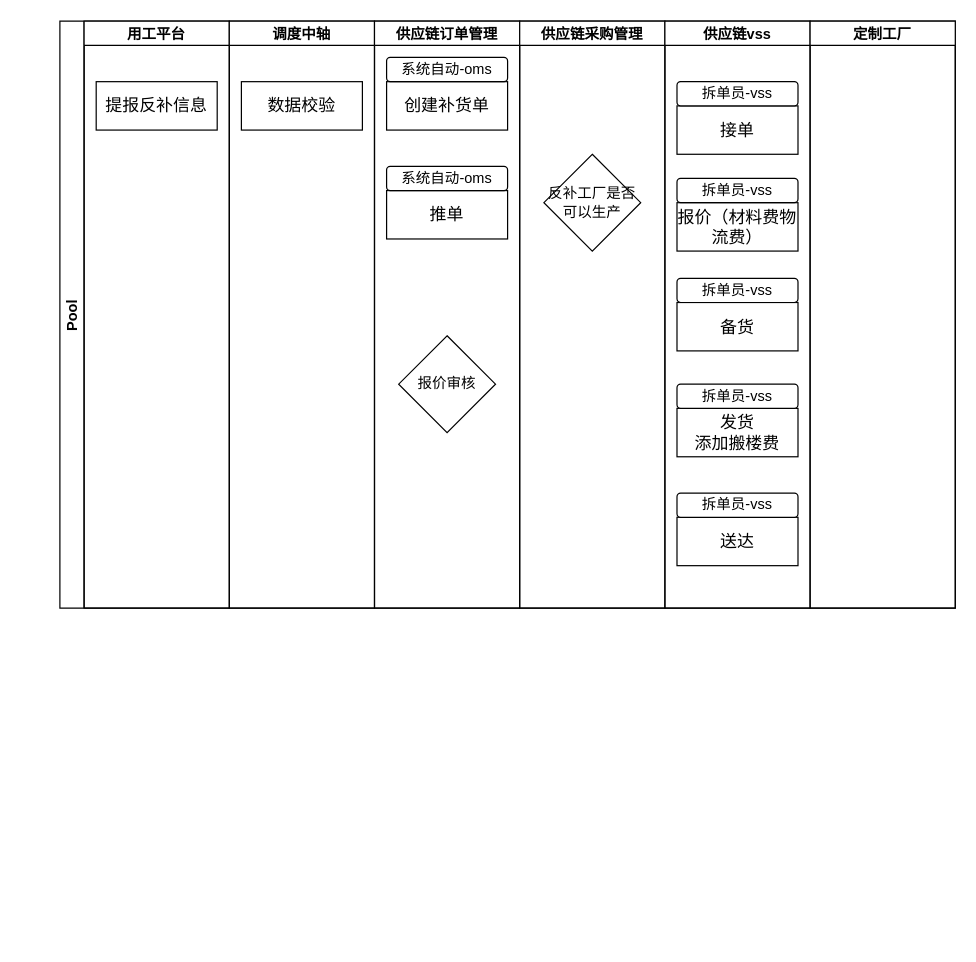
This is 定制履约逆向.drawio from jiangtao2048/diagrams, a draw.io file, before an edit. Source tidied: cells renumbered, new cells numbered last; positions are measured from the earlier drawing's top-left corner, leaving out a move shared by most shapes. Both pictures are drawn from the tidied source at 121%, with x=0, y=0 at pixel (59, 21).
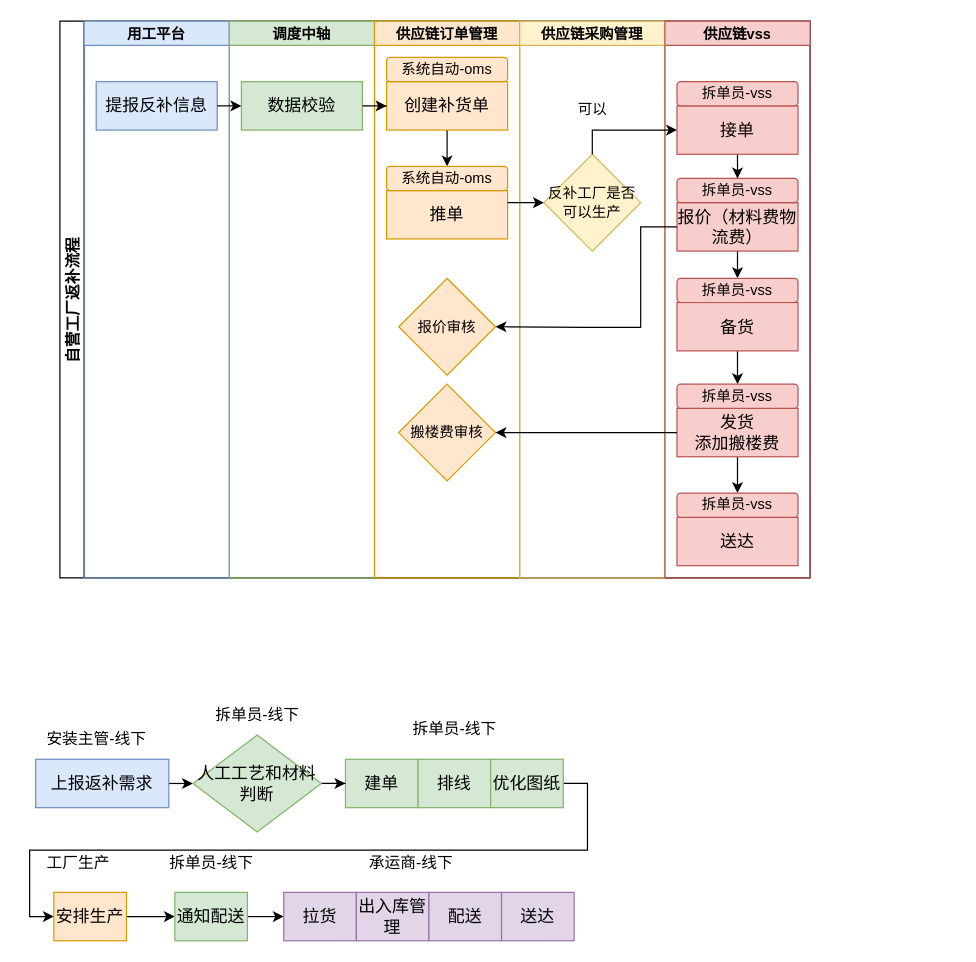
The same page after the edit.

Commit message:
更新定制履约逆向.drawio

The edit, as a diff of the source:
```diff
@@
-    <mxCell id="2" value="Pool" style="swimlane;startSize=20;horizontal=0;" parent="1" vertex="1">
-      <mxGeometry width="740" height="485" as="geometry" />
+    <mxCell id="2" value="自营工厂返补流程" style="swimlane;startSize=20;horizontal=0;fontSize=13;" parent="1" vertex="1">
+      <mxGeometry width="620" height="460" as="geometry" />
     </mxCell>
-    <mxCell id="3" value="用工平台" style="swimlane;startSize=20;" parent="2" vertex="1">
-      <mxGeometry x="20" width="120" height="485" as="geometry" />
+    <mxCell id="3" value="用工平台" style="swimlane;startSize=20;fillColor=#dae8fc;strokeColor=#6c8ebf;" parent="2" vertex="1">
+      <mxGeometry x="20" width="120" height="460" as="geometry" />
     </mxCell>
-    <mxCell id="4" value="&lt;font style=&quot;font-size: 14px;&quot;&gt;提报反补信息&lt;/font&gt;" style="rounded=0;whiteSpace=wrap;html=1;" parent="3" vertex="1">
+    <mxCell id="4" value="&lt;font style=&quot;font-size: 14px;&quot;&gt;提报反补信息&lt;/font&gt;" style="rounded=0;whiteSpace=wrap;html=1;fillColor=#dae8fc;strokeColor=#6c8ebf;" parent="3" vertex="1">
       <mxGeometry x="10" y="50" width="100" height="40" as="geometry" />
     </mxCell>
-    <mxCell id="5" value="调度中轴" style="swimlane;startSize=20;" parent="2" vertex="1">
-      <mxGeometry x="140" width="120" height="485" as="geometry" />
+    <mxCell id="5" value="调度中轴" style="swimlane;startSize=20;fillColor=#d5e8d4;strokeColor=#82b366;" parent="2" vertex="1">
+      <mxGeometry x="140" width="120" height="460" as="geometry" />
     </mxCell>
-    <mxCell id="6" value="&lt;span style=&quot;font-size: 14px;&quot;&gt;数据校验&lt;/span&gt;" style="rounded=0;whiteSpace=wrap;html=1;" parent="5" vertex="1">
+    <mxCell id="6" value="&lt;span style=&quot;font-size: 14px;&quot;&gt;数据校验&lt;/span&gt;" style="rounded=0;whiteSpace=wrap;html=1;fillColor=#d5e8d4;strokeColor=#82b366;" parent="5" vertex="1">
       <mxGeometry x="10" y="50" width="100" height="40" as="geometry" />
     </mxCell>
-    <mxCell id="7" value="供应链订单管理" style="swimlane;startSize=20;" parent="2" vertex="1">
-      <mxGeometry x="260" width="120" height="485" as="geometry" />
+    <mxCell id="7" value="供应链订单管理" style="swimlane;startSize=20;fillColor=#ffe6cc;strokeColor=#d79b00;" parent="2" vertex="1">
+      <mxGeometry x="260" width="120" height="460" as="geometry" />
     </mxCell>
+    <mxCell id="27" style="edgeStyle=orthogonalEdgeStyle;rounded=0;jettySize=auto;html=1;exitX=0.5;exitY=1;exitDx=0;exitDy=0;entryX=0.5;entryY=0;entryDx=0;entryDy=0;" parent="7" edge="1" source="8" target="10">
+      <mxGeometry relative="1" as="geometry" />
+    </mxCell>
-    <mxCell id="8" value="&lt;span style=&quot;font-size: 14px;&quot;&gt;创建补货单&lt;/span&gt;" style="rounded=0;whiteSpace=wrap;html=1;" parent="7" vertex="1">
+    <mxCell id="8" value="&lt;span style=&quot;font-size: 14px;&quot;&gt;创建补货单&lt;/span&gt;" style="rounded=0;whiteSpace=wrap;html=1;fillColor=#ffe6cc;strokeColor=#d79b00;" parent="7" vertex="1">
       <mxGeometry x="10" y="50" width="100" height="40" as="geometry" />
     </mxCell>
-    <mxCell id="9" value="&lt;span style=&quot;font-size: 14px;&quot;&gt;推单&lt;/span&gt;" style="rounded=0;whiteSpace=wrap;html=1;" parent="7" vertex="1">
+    <mxCell id="9" value="&lt;span style=&quot;font-size: 14px;&quot;&gt;推单&lt;/span&gt;" style="rounded=0;whiteSpace=wrap;html=1;fillColor=#ffe6cc;strokeColor=#d79b00;" parent="7" vertex="1">
       <mxGeometry x="10" y="140" width="100" height="40" as="geometry" />
     </mxCell>
-    <mxCell id="10" value="系统自动-oms" style="rounded=1;whiteSpace=wrap;html=1;" parent="7" vertex="1">
+    <mxCell id="10" value="系统自动-oms" style="rounded=1;whiteSpace=wrap;html=1;fillColor=#ffe6cc;strokeColor=#d79b00;" parent="7" vertex="1">
       <mxGeometry x="10" y="120" width="100" height="20" as="geometry" />
     </mxCell>
-    <mxCell id="11" value="系统自动-oms" style="rounded=1;whiteSpace=wrap;html=1;glass=0;" parent="7" vertex="1">
+    <mxCell id="11" value="系统自动-oms" style="rounded=1;whiteSpace=wrap;html=1;glass=0;fillColor=#ffe6cc;strokeColor=#d79b00;" parent="7" vertex="1">
       <mxGeometry x="10" y="30" width="100" height="20" as="geometry" />
     </mxCell>
-    <mxCell id="12" value="报价审核" style="rhombus;whiteSpace=wrap;html=1;" parent="7" vertex="1">
-      <mxGeometry x="20" y="260" width="80" height="80" as="geometry" />
+    <mxCell id="12" value="报价审核" style="rhombus;whiteSpace=wrap;html=1;fillColor=#ffe6cc;strokeColor=#d79b00;" parent="7" vertex="1">
+      <mxGeometry x="20" y="212.5" width="80" height="80" as="geometry" />
     </mxCell>
+    <mxCell id="28" value="搬楼费审核" style="rhombus;whiteSpace=wrap;html=1;fillColor=#ffe6cc;strokeColor=#d79b00;" parent="7" vertex="1">
+      <mxGeometry x="20" y="300" width="80" height="80" as="geometry" />
+    </mxCell>
-    <mxCell id="13" value="供应链采购管理" style="swimlane;startSize=20;" parent="2" vertex="1">
-      <mxGeometry x="380" width="120" height="485" as="geometry" />
+    <mxCell id="13" value="供应链采购管理" style="swimlane;startSize=20;fillColor=#fff2cc;strokeColor=#d6b656;" parent="2" vertex="1">
+      <mxGeometry x="380" width="120" height="460" as="geometry" />
     </mxCell>
-    <mxCell id="14" value="反补工厂是否可以生产" style="rhombus;whiteSpace=wrap;html=1;" parent="13" vertex="1">
+    <mxCell id="14" value="反补工厂是否可以生产" style="rhombus;whiteSpace=wrap;html=1;fillColor=#fff2cc;strokeColor=#d6b656;" parent="13" vertex="1">
       <mxGeometry x="20" y="110" width="80" height="80" as="geometry" />
     </mxCell>
-    <mxCell id="15" value="供应链vss" style="swimlane;startSize=20;" parent="2" vertex="1">
-      <mxGeometry x="500" width="120" height="485" as="geometry" />
+    <mxCell id="15" value="供应链vss" style="swimlane;startSize=20;fillColor=#f8cecc;strokeColor=#b85450;" parent="2" vertex="1">
+      <mxGeometry x="500" width="120" height="460" as="geometry" />
     </mxCell>
+    <mxCell id="29" style="edgeStyle=orthogonalEdgeStyle;rounded=0;jettySize=auto;html=1;exitX=0.5;exitY=1;exitDx=0;exitDy=0;" parent="15" edge="1" source="16" target="19">
+      <mxGeometry relative="1" as="geometry" />
+    </mxCell>
-    <mxCell id="16" value="&lt;span style=&quot;font-size: 14px;&quot;&gt;接单&lt;/span&gt;" style="rounded=0;whiteSpace=wrap;html=1;" parent="15" vertex="1">
+    <mxCell id="16" value="&lt;span style=&quot;font-size: 14px;&quot;&gt;接单&lt;/span&gt;" style="rounded=0;whiteSpace=wrap;html=1;fillColor=#f8cecc;strokeColor=#b85450;" parent="15" vertex="1">
       <mxGeometry x="10" y="70" width="100" height="40" as="geometry" />
     </mxCell>
-    <mxCell id="17" value="拆单员-vss" style="rounded=1;whiteSpace=wrap;html=1;" parent="15" vertex="1">
+    <mxCell id="17" value="拆单员-vss" style="rounded=1;whiteSpace=wrap;html=1;fillColor=#f8cecc;strokeColor=#b85450;" parent="15" vertex="1">
       <mxGeometry x="10" y="50" width="100" height="20" as="geometry" />
     </mxCell>
+    <mxCell id="30" style="edgeStyle=orthogonalEdgeStyle;rounded=0;jettySize=auto;html=1;exitX=0.5;exitY=1;exitDx=0;exitDy=0;" parent="15" edge="1" source="18" target="21">
+      <mxGeometry relative="1" as="geometry" />
+    </mxCell>
-    <mxCell id="18" value="&lt;span style=&quot;font-size: 14px;&quot;&gt;报价（材料费物流费）&lt;/span&gt;" style="rounded=0;whiteSpace=wrap;html=1;" parent="15" vertex="1">
+    <mxCell id="18" value="&lt;span style=&quot;font-size: 14px;&quot;&gt;报价（材料费物流费）&lt;/span&gt;" style="rounded=0;whiteSpace=wrap;html=1;fillColor=#f8cecc;strokeColor=#b85450;" parent="15" vertex="1">
       <mxGeometry x="10" y="150" width="100" height="40" as="geometry" />
     </mxCell>
-    <mxCell id="19" value="拆单员-vss" style="rounded=1;whiteSpace=wrap;html=1;" parent="15" vertex="1">
+    <mxCell id="19" value="拆单员-vss" style="rounded=1;whiteSpace=wrap;html=1;fillColor=#f8cecc;strokeColor=#b85450;" parent="15" vertex="1">
       <mxGeometry x="10" y="130" width="100" height="20" as="geometry" />
     </mxCell>
+    <mxCell id="31" style="edgeStyle=orthogonalEdgeStyle;rounded=0;jettySize=auto;html=1;exitX=0.5;exitY=1;exitDx=0;exitDy=0;" parent="15" edge="1" source="20" target="23">
+      <mxGeometry relative="1" as="geometry" />
+    </mxCell>
-    <mxCell id="20" value="&lt;span style=&quot;font-size: 14px;&quot;&gt;备货&lt;/span&gt;" style="rounded=0;whiteSpace=wrap;html=1;" parent="15" vertex="1">
+    <mxCell id="20" value="&lt;span style=&quot;font-size: 14px;&quot;&gt;备货&lt;/span&gt;" style="rounded=0;whiteSpace=wrap;html=1;fillColor=#f8cecc;strokeColor=#b85450;" parent="15" vertex="1">
       <mxGeometry x="10" y="232.5" width="100" height="40" as="geometry" />
     </mxCell>
-    <mxCell id="21" value="拆单员-vss" style="rounded=1;whiteSpace=wrap;html=1;" parent="15" vertex="1">
+    <mxCell id="21" value="拆单员-vss" style="rounded=1;whiteSpace=wrap;html=1;fillColor=#f8cecc;strokeColor=#b85450;" parent="15" vertex="1">
       <mxGeometry x="10" y="212.5" width="100" height="20" as="geometry" />
     </mxCell>
+    <mxCell id="32" style="edgeStyle=orthogonalEdgeStyle;rounded=0;jettySize=auto;html=1;exitX=0.5;exitY=1;exitDx=0;exitDy=0;entryX=0.5;entryY=0;entryDx=0;entryDy=0;" parent="15" edge="1" source="22" target="25">
+      <mxGeometry relative="1" as="geometry" />
+    </mxCell>
-    <mxCell id="22" value="&lt;span style=&quot;font-size: 14px;&quot;&gt;发货&lt;/span&gt;&lt;div&gt;&lt;span style=&quot;font-size: 14px;&quot;&gt;添加搬楼费&lt;/span&gt;&lt;/div&gt;" style="rounded=0;whiteSpace=wrap;html=1;" parent="15" vertex="1">
+    <mxCell id="22" value="&lt;span style=&quot;font-size: 14px;&quot;&gt;发货&lt;/span&gt;&lt;div&gt;&lt;span style=&quot;font-size: 14px;&quot;&gt;添加搬楼费&lt;/span&gt;&lt;/div&gt;" style="rounded=0;whiteSpace=wrap;html=1;fillColor=#f8cecc;strokeColor=#b85450;" parent="15" vertex="1">
       <mxGeometry x="10" y="320" width="100" height="40" as="geometry" />
     </mxCell>
-    <mxCell id="23" value="拆单员-vss" style="rounded=1;whiteSpace=wrap;html=1;" parent="15" vertex="1">
+    <mxCell id="23" value="拆单员-vss" style="rounded=1;whiteSpace=wrap;html=1;fillColor=#f8cecc;strokeColor=#b85450;" parent="15" vertex="1">
       <mxGeometry x="10" y="300" width="100" height="20" as="geometry" />
     </mxCell>
-    <mxCell id="24" value="&lt;span style=&quot;font-size: 14px;&quot;&gt;送达&lt;/span&gt;" style="rounded=0;whiteSpace=wrap;html=1;" parent="15" vertex="1">
+    <mxCell id="24" value="&lt;span style=&quot;font-size: 14px;&quot;&gt;送达&lt;/span&gt;" style="rounded=0;whiteSpace=wrap;html=1;fillColor=#f8cecc;strokeColor=#b85450;" parent="15" vertex="1">
       <mxGeometry x="10" y="410" width="100" height="40" as="geometry" />
     </mxCell>
-    <mxCell id="25" value="拆单员-vss" style="rounded=1;whiteSpace=wrap;html=1;" parent="15" vertex="1">
+    <mxCell id="25" value="拆单员-vss" style="rounded=1;whiteSpace=wrap;html=1;fillColor=#f8cecc;strokeColor=#b85450;" parent="15" vertex="1">
       <mxGeometry x="10" y="390" width="100" height="20" as="geometry" />
     </mxCell>
-    <mxCell id="26" value="定制工厂" style="swimlane;startSize=20;" parent="2" vertex="1">
-      <mxGeometry x="620" width="120" height="485" as="geometry" />
-    </mxCell>
+    <mxCell id="33" style="edgeStyle=orthogonalEdgeStyle;rounded=0;jettySize=auto;html=1;exitX=1;exitY=0.25;exitDx=0;exitDy=0;" parent="2" edge="1" source="9" target="14">
+      <mxGeometry relative="1" as="geometry" />
+    </mxCell>
+    <mxCell id="34" style="edgeStyle=orthogonalEdgeStyle;rounded=0;jettySize=auto;html=1;exitX=0.5;exitY=0;exitDx=0;exitDy=0;" parent="2" edge="1" source="14" target="16">
+      <mxGeometry relative="1" as="geometry" />
+    </mxCell>
+    <mxCell id="35" style="edgeStyle=orthogonalEdgeStyle;rounded=0;jettySize=auto;html=1;exitX=0;exitY=0.5;exitDx=0;exitDy=0;entryX=1;entryY=0.5;entryDx=0;entryDy=0;" parent="2" edge="1" source="22" target="28">
+      <mxGeometry relative="1" as="geometry" />
+    </mxCell>
+    <mxCell id="36" style="edgeStyle=orthogonalEdgeStyle;rounded=0;jettySize=auto;html=1;exitX=0;exitY=0.5;exitDx=0;exitDy=0;entryX=1;entryY=0.5;entryDx=0;entryDy=0;" parent="2" edge="1" source="18" target="12">
+      <mxGeometry relative="1" as="geometry">
+        <Array as="points">
+          <mxPoint x="480" y="170" />
+          <mxPoint x="480" y="253" />
+          <mxPoint x="435" y="253" />
+        </Array>
+      </mxGeometry>
+    </mxCell>
+    <mxCell id="37" style="edgeStyle=orthogonalEdgeStyle;rounded=0;jettySize=auto;html=1;exitX=1;exitY=0.5;exitDx=0;exitDy=0;entryX=0;entryY=0.5;entryDx=0;entryDy=0;" parent="2" edge="1" source="4" target="6">
+      <mxGeometry relative="1" as="geometry" />
+    </mxCell>
+    <mxCell id="38" style="edgeStyle=orthogonalEdgeStyle;rounded=0;jettySize=auto;html=1;exitX=1;exitY=0.5;exitDx=0;exitDy=0;" parent="2" edge="1" source="6" target="8">
+      <mxGeometry relative="1" as="geometry" />
+    </mxCell>
+    <mxCell id="39" value="可以" style="text;html=1;align=center;verticalAlign=middle;strokeColor=none;fillColor=none;" parent="1" vertex="1">
+      <mxGeometry x="415" y="58" width="50" height="30" as="geometry" />
+    </mxCell>
+    <mxCell id="40" style="edgeStyle=orthogonalEdgeStyle;rounded=0;jettySize=auto;html=1;exitX=1;exitY=0.5;exitDx=0;exitDy=0;entryX=0;entryY=0.5;entryDx=0;entryDy=0;" parent="1" edge="1" source="41" target="45">
+      <mxGeometry relative="1" as="geometry" />
+    </mxCell>
+    <mxCell id="41" value="&lt;font style=&quot;font-size: 14px;&quot;&gt;上报返补需求&lt;/font&gt;" style="rounded=0;whiteSpace=wrap;html=1;fillColor=#dae8fc;strokeColor=#6c8ebf;" parent="1" vertex="1">
+      <mxGeometry x="-20" y="610" width="110" height="40" as="geometry" />
+    </mxCell>
+    <mxCell id="42" value="&lt;font style=&quot;font-size: 14px;&quot;&gt;建单&lt;/font&gt;" style="rounded=0;whiteSpace=wrap;html=1;fillColor=#d5e8d4;strokeColor=#82b366;" parent="1" vertex="1">
+      <mxGeometry x="236" y="610" width="60" height="40" as="geometry" />
+    </mxCell>
+    <mxCell id="43" value="&lt;font style=&quot;font-size: 13px;&quot;&gt;安装主管-线下&lt;/font&gt;" style="text;html=1;align=center;verticalAlign=middle;strokeColor=none;fillColor=none;" parent="1" vertex="1">
+      <mxGeometry x="-25" y="578" width="110" height="30" as="geometry" />
+    </mxCell>
+    <mxCell id="44" style="edgeStyle=orthogonalEdgeStyle;rounded=0;jettySize=auto;html=1;exitX=1;exitY=0.5;exitDx=0;exitDy=0;" parent="1" edge="1" source="45" target="42">
+      <mxGeometry relative="1" as="geometry" />
+    </mxCell>
+    <mxCell id="45" value="&lt;font style=&quot;font-size: 14px;&quot;&gt;人工工艺和材料判断&lt;/font&gt;" style="rhombus;whiteSpace=wrap;html=1;fillColor=#d5e8d4;strokeColor=#82b366;" parent="1" vertex="1">
+      <mxGeometry x="110" y="590" width="106" height="80" as="geometry" />
+    </mxCell>
+    <mxCell id="46" value="&lt;font style=&quot;font-size: 13px;&quot;&gt;拆单员-线下&lt;/font&gt;" style="text;html=1;align=center;verticalAlign=middle;strokeColor=none;fillColor=none;" parent="1" vertex="1">
+      <mxGeometry x="118" y="558" width="90" height="30" as="geometry" />
+    </mxCell>
+    <mxCell id="47" value="&lt;font style=&quot;font-size: 13px;&quot;&gt;拆单员-线下&lt;/font&gt;" style="text;html=1;align=center;verticalAlign=middle;strokeColor=none;fillColor=none;" parent="1" vertex="1">
+      <mxGeometry x="281" y="570" width="90" height="30" as="geometry" />
+    </mxCell>
+    <mxCell id="48" value="&lt;span style=&quot;font-size: 14px;&quot;&gt;排线&lt;/span&gt;" style="rounded=0;whiteSpace=wrap;html=1;fillColor=#d5e8d4;strokeColor=#82b366;" parent="1" vertex="1">
+      <mxGeometry x="296" y="610" width="60" height="40" as="geometry" />
+    </mxCell>
+    <mxCell id="49" style="edgeStyle=orthogonalEdgeStyle;rounded=0;jettySize=auto;html=1;exitX=1;exitY=0.5;exitDx=0;exitDy=0;entryX=0;entryY=0.5;entryDx=0;entryDy=0;" parent="1" edge="1" source="50" target="52">
+      <mxGeometry relative="1" as="geometry" />
+    </mxCell>
+    <mxCell id="50" value="&lt;span style=&quot;font-size: 14px;&quot;&gt;优化图纸&lt;/span&gt;" style="rounded=0;whiteSpace=wrap;html=1;fillColor=#d5e8d4;strokeColor=#82b366;" parent="1" vertex="1">
+      <mxGeometry x="356" y="610" width="60" height="40" as="geometry" />
+    </mxCell>
+    <mxCell id="51" style="edgeStyle=orthogonalEdgeStyle;rounded=0;jettySize=auto;html=1;exitX=1;exitY=0.5;exitDx=0;exitDy=0;entryX=0;entryY=0.5;entryDx=0;entryDy=0;" parent="1" edge="1" source="52" target="55">
+      <mxGeometry relative="1" as="geometry" />
+    </mxCell>
+    <mxCell id="52" value="&lt;span style=&quot;font-size: 14px;&quot;&gt;安排生产&lt;/span&gt;" style="rounded=0;whiteSpace=wrap;html=1;fillColor=#ffe6cc;strokeColor=#d79b00;" parent="1" vertex="1">
+      <mxGeometry x="-5" y="720" width="60" height="40" as="geometry" />
+    </mxCell>
+    <mxCell id="53" value="&lt;font style=&quot;font-size: 13px;&quot;&gt;工厂生产&lt;/font&gt;" style="text;html=1;align=center;verticalAlign=middle;strokeColor=none;fillColor=none;" parent="1" vertex="1">
+      <mxGeometry x="-25" y="680" width="80" height="30" as="geometry" />
+    </mxCell>
+    <mxCell id="54" style="edgeStyle=orthogonalEdgeStyle;rounded=0;jettySize=auto;html=1;exitX=1;exitY=0.5;exitDx=0;exitDy=0;entryX=0;entryY=0.5;entryDx=0;entryDy=0;" parent="1" edge="1" source="55" target="57">
+      <mxGeometry relative="1" as="geometry" />
+    </mxCell>
+    <mxCell id="55" value="&lt;span style=&quot;font-size: 14px;&quot;&gt;通知配送&lt;/span&gt;" style="rounded=0;whiteSpace=wrap;html=1;fillColor=#d5e8d4;strokeColor=#82b366;" parent="1" vertex="1">
+      <mxGeometry x="95" y="720" width="60" height="40" as="geometry" />
+    </mxCell>
+    <mxCell id="56" value="&lt;font style=&quot;font-size: 13px;&quot;&gt;拆单员-线下&lt;/font&gt;" style="text;html=1;align=center;verticalAlign=middle;strokeColor=none;fillColor=none;" parent="1" vertex="1">
+      <mxGeometry x="80" y="680" width="90" height="30" as="geometry" />
+    </mxCell>
+    <mxCell id="57" value="&lt;span style=&quot;font-size: 14px;&quot;&gt;拉货&lt;/span&gt;" style="rounded=0;whiteSpace=wrap;html=1;fillColor=#e1d5e7;strokeColor=#9673a6;" parent="1" vertex="1">
+      <mxGeometry x="185" y="720" width="60" height="40" as="geometry" />
+    </mxCell>
+    <mxCell id="58" value="&lt;span style=&quot;font-size: 14px;&quot;&gt;出入库管理&lt;/span&gt;" style="rounded=0;whiteSpace=wrap;html=1;fillColor=#e1d5e7;strokeColor=#9673a6;" parent="1" vertex="1">
+      <mxGeometry x="245" y="720" width="60" height="40" as="geometry" />
+    </mxCell>
+    <mxCell id="59" value="&lt;span style=&quot;font-size: 14px;&quot;&gt;配送&lt;/span&gt;" style="rounded=0;whiteSpace=wrap;html=1;fillColor=#e1d5e7;strokeColor=#9673a6;" parent="1" vertex="1">
+      <mxGeometry x="305" y="720" width="60" height="40" as="geometry" />
+    </mxCell>
+    <mxCell id="60" value="&lt;span style=&quot;font-size: 14px;&quot;&gt;送达&lt;/span&gt;" style="rounded=0;whiteSpace=wrap;html=1;fillColor=#e1d5e7;strokeColor=#9673a6;" parent="1" vertex="1">
+      <mxGeometry x="365" y="720" width="60" height="40" as="geometry" />
+    </mxCell>
+    <mxCell id="61" value="&lt;font style=&quot;font-size: 13px;&quot;&gt;承运商-线下&lt;/font&gt;" style="text;html=1;align=center;verticalAlign=middle;strokeColor=none;fillColor=none;" parent="1" vertex="1">
+      <mxGeometry x="245" y="680" width="90" height="30" as="geometry" />
+    </mxCell>
```
